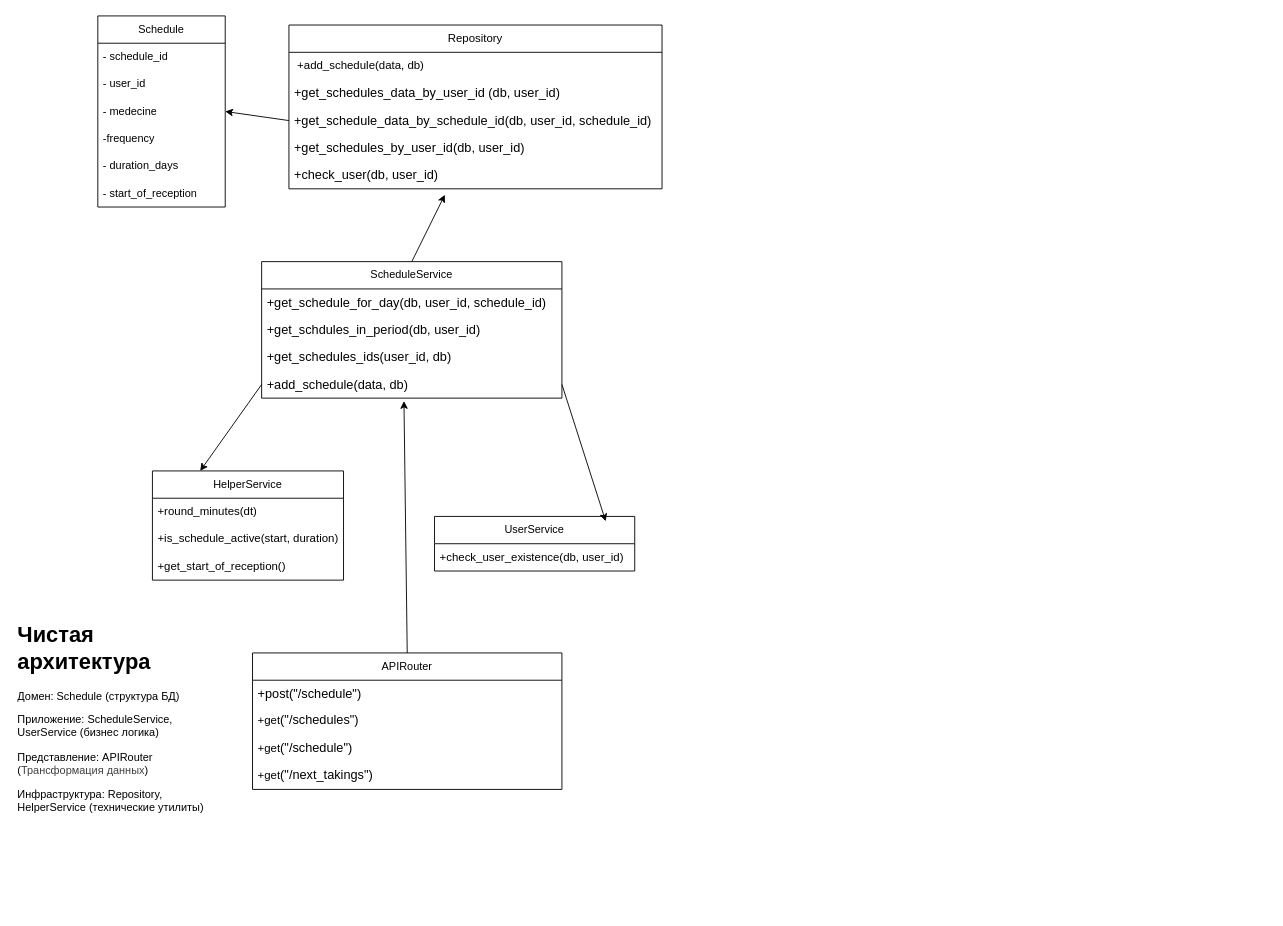
Above: diagrams/class_diagram.drawio in polinaboevaa/python-mobile-app (draw.io), before the change. Source tidied: cells renumbered, new cells numbered last; positions are measured from the earlier drawing's top-left corner, leaving out a move shared by most shapes. Both pictures are drawn from the tidied source at 91%, with x=0, y=0 at pixel (15, 15).
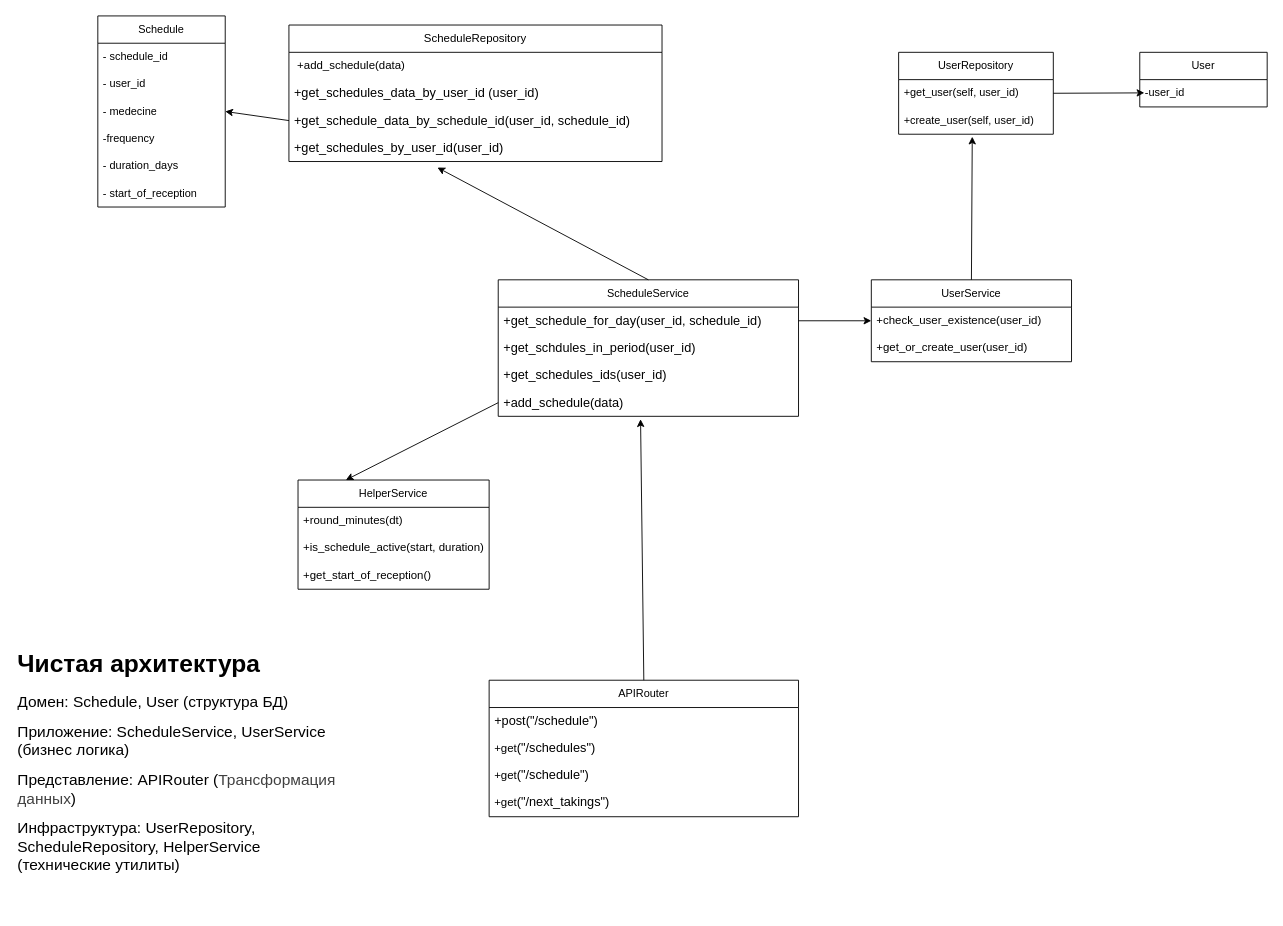
The same diagram, later.

Commit message (it also covers changes not shown here):
рефакторинг кода, добавлена отдельная таблица для юзера, поправлены диаграммы

Change to the diagram source:
```diff
@@
     <mxCell id="9" value="ScheduleService" style="swimlane;fontStyle=0;horizontal=1;startSize=30;whiteSpace=wrap;html=1;" parent="1" vertex="1">
-      <mxGeometry x="270" y="270" width="330" height="150" as="geometry" />
+      <mxGeometry x="530" y="290" width="330" height="150" as="geometry" />
     </mxCell>
-    <mxCell id="10" value="&lt;div style=&quot;font-size: 14px; line-height: 19px; white-space: pre;&quot;&gt;&lt;font face=&quot;Helvetica&quot; style=&quot;color: rgb(0, 0, 0);&quot;&gt;+get_schedule_for_day(db, user_id, schedule_id)&lt;/font&gt;&lt;/div&gt;" style="text;strokeColor=none;fillColor=none;align=left;verticalAlign=middle;spacingLeft=4;spacingRight=4;overflow=hidden;points=[[0,0.5],[1,0.5]];portConstraint=eastwest;whiteSpace=wrap;html=1;" parent="9" vertex="1">
+    <mxCell id="10" value="&lt;div style=&quot;font-size: 14px; line-height: 19px; white-space: pre;&quot;&gt;&lt;font face=&quot;Helvetica&quot; style=&quot;color: rgb(0, 0, 0);&quot;&gt;+get_schedule_for_day(user_id, schedule_id)&lt;/font&gt;&lt;/div&gt;" style="text;strokeColor=none;fillColor=none;align=left;verticalAlign=middle;spacingLeft=4;spacingRight=4;overflow=hidden;points=[[0,0.5],[1,0.5]];portConstraint=eastwest;whiteSpace=wrap;html=1;" parent="9" vertex="1">
       <mxGeometry y="30" width="330" height="30" as="geometry" />
     </mxCell>
-    <mxCell id="11" value="&lt;div style=&quot;font-size: 14px; line-height: 19px; white-space: pre;&quot;&gt;&lt;font face=&quot;Helvetica&quot; style=&quot;color: rgb(0, 0, 0);&quot;&gt;+get_schdules_in_period(db, user_id)&lt;/font&gt;&lt;/div&gt;" style="text;strokeColor=none;fillColor=none;align=left;verticalAlign=middle;spacingLeft=4;spacingRight=4;overflow=hidden;whiteSpace=wrap;html=1;" parent="9" vertex="1">
+    <mxCell id="11" value="&lt;div style=&quot;font-size: 14px; line-height: 19px; white-space: pre;&quot;&gt;&lt;font face=&quot;Helvetica&quot; style=&quot;color: rgb(0, 0, 0);&quot;&gt;+get_schdules_in_period(user_id)&lt;/font&gt;&lt;/div&gt;" style="text;strokeColor=none;fillColor=none;align=left;verticalAlign=middle;spacingLeft=4;spacingRight=4;overflow=hidden;whiteSpace=wrap;html=1;" parent="9" vertex="1">
       <mxGeometry y="60" width="330" height="30" as="geometry" />
     </mxCell>
-    <mxCell id="12" value="&lt;div style=&quot;font-size: 14px; line-height: 19px; white-space: pre;&quot;&gt;&lt;font face=&quot;Helvetica&quot; style=&quot;color: rgb(0, 0, 0);&quot;&gt;+get_schedules_ids(user_id, db)&lt;/font&gt;&lt;/div&gt;" style="text;strokeColor=none;fillColor=none;align=left;verticalAlign=middle;spacingLeft=4;spacingRight=4;overflow=hidden;whiteSpace=wrap;html=1;" parent="9" vertex="1">
+    <mxCell id="12" value="&lt;div style=&quot;font-size: 14px; line-height: 19px; white-space: pre;&quot;&gt;&lt;font face=&quot;Helvetica&quot; style=&quot;color: rgb(0, 0, 0);&quot;&gt;+get_schedules_ids(user_id)&lt;/font&gt;&lt;/div&gt;" style="text;strokeColor=none;fillColor=none;align=left;verticalAlign=middle;spacingLeft=4;spacingRight=4;overflow=hidden;whiteSpace=wrap;html=1;" parent="9" vertex="1">
       <mxGeometry y="90" width="330" height="30" as="geometry" />
     </mxCell>
-    <mxCell id="13" value="&lt;div style=&quot;font-size: 14px; line-height: 19px; white-space: pre;&quot;&gt;&lt;div style=&quot;line-height: 19px;&quot;&gt;&lt;font face=&quot;Helvetica&quot; style=&quot;color: rgb(0, 0, 0);&quot;&gt;+add_schedule(data, db)&lt;/font&gt;&lt;/div&gt;&lt;/div&gt;" style="text;strokeColor=none;fillColor=none;align=left;verticalAlign=middle;spacingLeft=4;spacingRight=4;overflow=hidden;points=[[0,0.5],[1,0.5]];portConstraint=eastwest;whiteSpace=wrap;html=1;" parent="9" vertex="1">
+    <mxCell id="13" value="&lt;div style=&quot;font-size: 14px; line-height: 19px; white-space: pre;&quot;&gt;&lt;div style=&quot;line-height: 19px;&quot;&gt;&lt;font face=&quot;Helvetica&quot; style=&quot;color: rgb(0, 0, 0);&quot;&gt;+add_schedule(data)&lt;/font&gt;&lt;/div&gt;&lt;/div&gt;" style="text;strokeColor=none;fillColor=none;align=left;verticalAlign=middle;spacingLeft=4;spacingRight=4;overflow=hidden;points=[[0,0.5],[1,0.5]];portConstraint=eastwest;whiteSpace=wrap;html=1;" parent="9" vertex="1">
       <mxGeometry y="120" width="330" height="30" as="geometry" />
     </mxCell>
-    <mxCell id="14" value="&lt;pre style=&quot;font-family: var(--ds-font-family-code); overflow: auto; padding: calc(var(--ds-md-zoom)*8px)calc(var(--ds-md-zoom)*12px); text-wrap-mode: wrap; word-break: break-all; font-size: 12.573px; text-align: start; margin-top: 0px !important; margin-bottom: 0px !important;&quot;&gt;&lt;font color=&quot;#000000&quot;&gt;Repository&lt;/font&gt;&lt;/pre&gt;" style="swimlane;fontStyle=0;horizontal=1;startSize=30;whiteSpace=wrap;html=1;" parent="1" vertex="1">
-      <mxGeometry x="300" y="10" width="410" height="180" as="geometry" />
+    <mxCell id="14" value="&lt;pre style=&quot;font-family: var(--ds-font-family-code); overflow: auto; padding: calc(var(--ds-md-zoom)*8px)calc(var(--ds-md-zoom)*12px); text-wrap-mode: wrap; word-break: break-all; font-size: 12.573px; text-align: start; margin-top: 0px !important; margin-bottom: 0px !important;&quot;&gt;&lt;font color=&quot;#000000&quot;&gt;Schedule&lt;/font&gt;Repository&lt;/pre&gt;" style="swimlane;fontStyle=0;horizontal=1;startSize=30;whiteSpace=wrap;html=1;" parent="1" vertex="1">
+      <mxGeometry x="300" y="10" width="410" height="150" as="geometry" />
     </mxCell>
-    <mxCell id="15" value="&lt;pre style=&quot;font-family: var(--ds-font-family-code); overflow: auto; padding: calc(var(--ds-md-zoom)*8px)calc(var(--ds-md-zoom)*12px); text-wrap-mode: wrap; word-break: break-all; font-size: 12.573px; margin-top: 0px !important; margin-bottom: 0px !important;&quot;&gt;&lt;font style=&quot;color: rgb(0, 0, 0);&quot;&gt; +add_schedule(data, db)&lt;/font&gt;&lt;/pre&gt;" style="text;strokeColor=none;fillColor=none;align=left;verticalAlign=middle;spacingLeft=4;spacingRight=4;overflow=hidden;whiteSpace=wrap;html=1;" parent="14" vertex="1">
+    <mxCell id="15" value="&lt;pre style=&quot;font-family: var(--ds-font-family-code); overflow: auto; padding: calc(var(--ds-md-zoom)*8px)calc(var(--ds-md-zoom)*12px); text-wrap-mode: wrap; word-break: break-all; font-size: 12.573px; margin-top: 0px !important; margin-bottom: 0px !important;&quot;&gt;&lt;font style=&quot;color: rgb(0, 0, 0);&quot;&gt; +add_schedule(data)&lt;/font&gt;&lt;/pre&gt;" style="text;strokeColor=none;fillColor=none;align=left;verticalAlign=middle;spacingLeft=4;spacingRight=4;overflow=hidden;whiteSpace=wrap;html=1;" parent="14" vertex="1">
       <mxGeometry y="30" width="410" height="30" as="geometry" />
     </mxCell>
-    <mxCell id="16" value="&lt;pre style=&quot;overflow: auto; padding: calc(var(--ds-md-zoom)*8px)calc(var(--ds-md-zoom)*12px); text-wrap-mode: wrap; word-break: break-all; font-size: 12.573px; margin-top: 0px !important; margin-bottom: 0px !important;&quot;&gt;&lt;div style=&quot;font-size: 14px; line-height: 19px; text-wrap-mode: nowrap;&quot;&gt;&lt;span&gt;&lt;font style=&quot;color: rgb(0, 0, 0);&quot; face=&quot;Helvetica&quot;&gt;+get_schedules_data_by_user_id (db, user_id)&lt;/font&gt;&lt;/span&gt;&lt;/div&gt;&lt;/pre&gt;" style="text;strokeColor=none;fillColor=none;align=left;verticalAlign=middle;spacingLeft=4;spacingRight=4;overflow=hidden;whiteSpace=wrap;html=1;" parent="14" vertex="1">
+    <mxCell id="16" value="&lt;pre style=&quot;overflow: auto; padding: calc(var(--ds-md-zoom)*8px)calc(var(--ds-md-zoom)*12px); text-wrap-mode: wrap; word-break: break-all; font-size: 12.573px; margin-top: 0px !important; margin-bottom: 0px !important;&quot;&gt;&lt;div style=&quot;font-size: 14px; line-height: 19px; text-wrap-mode: nowrap;&quot;&gt;&lt;span&gt;&lt;font style=&quot;color: rgb(0, 0, 0);&quot; face=&quot;Helvetica&quot;&gt;+get_schedules_data_by_user_id (user_id)&lt;/font&gt;&lt;/span&gt;&lt;/div&gt;&lt;/pre&gt;" style="text;strokeColor=none;fillColor=none;align=left;verticalAlign=middle;spacingLeft=4;spacingRight=4;overflow=hidden;whiteSpace=wrap;html=1;" parent="14" vertex="1">
       <mxGeometry y="60" width="410" height="30" as="geometry" />
     </mxCell>
-    <mxCell id="17" value="&lt;pre style=&quot;overflow: auto; padding: calc(var(--ds-md-zoom)*8px)calc(var(--ds-md-zoom)*12px); text-wrap-mode: wrap; word-break: break-all; font-size: 12.573px; margin-top: 0px !important; margin-bottom: 0px !important;&quot;&gt;&lt;div style=&quot;font-size: 14px; line-height: 19px; text-wrap-mode: nowrap;&quot;&gt;&lt;font style=&quot;color: rgb(0, 0, 0);&quot; face=&quot;Helvetica&quot;&gt;&lt;span&gt;+get_schedule_data_by_schedule_id&lt;/span&gt;&lt;span&gt;(&lt;/span&gt;&lt;span&gt;db&lt;/span&gt;&lt;span&gt;, &lt;/span&gt;&lt;span&gt;user_id&lt;/span&gt;&lt;span&gt;, &lt;/span&gt;&lt;span&gt;schedule_id&lt;/span&gt;&lt;span&gt;)&lt;/span&gt;&lt;/font&gt;&lt;/div&gt;&lt;/pre&gt;" style="text;strokeColor=none;fillColor=none;align=left;verticalAlign=middle;spacingLeft=4;spacingRight=4;overflow=hidden;points=[[0,0.5],[1,0.5]];portConstraint=eastwest;whiteSpace=wrap;html=1;" parent="14" vertex="1">
+    <mxCell id="17" value="&lt;pre style=&quot;overflow: auto; padding: calc(var(--ds-md-zoom)*8px)calc(var(--ds-md-zoom)*12px); text-wrap-mode: wrap; word-break: break-all; font-size: 12.573px; margin-top: 0px !important; margin-bottom: 0px !important;&quot;&gt;&lt;div style=&quot;font-size: 14px; line-height: 19px; text-wrap-mode: nowrap;&quot;&gt;&lt;font style=&quot;color: rgb(0, 0, 0);&quot; face=&quot;Helvetica&quot;&gt;&lt;span&gt;+get_schedule_data_by_schedule_id&lt;/span&gt;&lt;span&gt;(&lt;/span&gt;&lt;span&gt;user_id&lt;/span&gt;&lt;span&gt;, &lt;/span&gt;&lt;span&gt;schedule_id&lt;/span&gt;&lt;span&gt;)&lt;/span&gt;&lt;/font&gt;&lt;/div&gt;&lt;/pre&gt;" style="text;strokeColor=none;fillColor=none;align=left;verticalAlign=middle;spacingLeft=4;spacingRight=4;overflow=hidden;points=[[0,0.5],[1,0.5]];portConstraint=eastwest;whiteSpace=wrap;html=1;" parent="14" vertex="1">
       <mxGeometry y="90" width="410" height="30" as="geometry" />
     </mxCell>
-    <mxCell id="18" value="&lt;pre style=&quot;overflow: auto; padding: calc(var(--ds-md-zoom)*8px)calc(var(--ds-md-zoom)*12px); text-wrap-mode: wrap; word-break: break-all; font-size: 12.573px; margin-top: 0px !important; margin-bottom: 0px !important;&quot;&gt;&lt;pre style=&quot;overflow: auto; padding: calc(var(--ds-md-zoom)*8px)calc(var(--ds-md-zoom)*12px); text-wrap-mode: wrap; word-break: break-all; margin-top: 0px !important; margin-bottom: 0px !important;&quot;&gt;&lt;div style=&quot;font-size: 14px; line-height: 19px; text-wrap-mode: nowrap;&quot;&gt;&lt;font style=&quot;color: rgb(0, 0, 0);&quot; face=&quot;Helvetica&quot;&gt;&lt;span&gt;+get_schedules_by_user_id&lt;/span&gt;&lt;span&gt;(&lt;/span&gt;&lt;span&gt;db&lt;/span&gt;&lt;span&gt;, &lt;/span&gt;&lt;span&gt;user_id&lt;/span&gt;&lt;span&gt;)&lt;/span&gt;&lt;/font&gt;&lt;/div&gt;&lt;/pre&gt;&lt;/pre&gt;" style="text;strokeColor=none;fillColor=none;align=left;verticalAlign=middle;spacingLeft=4;spacingRight=4;overflow=hidden;points=[[0,0.5],[1,0.5]];portConstraint=eastwest;whiteSpace=wrap;html=1;" parent="14" vertex="1">
+    <mxCell id="18" value="&lt;pre style=&quot;overflow: auto; padding: calc(var(--ds-md-zoom)*8px)calc(var(--ds-md-zoom)*12px); text-wrap-mode: wrap; word-break: break-all; font-size: 12.573px; margin-top: 0px !important; margin-bottom: 0px !important;&quot;&gt;&lt;pre style=&quot;overflow: auto; padding: calc(var(--ds-md-zoom)*8px)calc(var(--ds-md-zoom)*12px); text-wrap-mode: wrap; word-break: break-all; margin-top: 0px !important; margin-bottom: 0px !important;&quot;&gt;&lt;div style=&quot;font-size: 14px; line-height: 19px; text-wrap-mode: nowrap;&quot;&gt;&lt;font style=&quot;color: rgb(0, 0, 0);&quot; face=&quot;Helvetica&quot;&gt;&lt;span&gt;+get_schedules_by_user_id&lt;/span&gt;&lt;span&gt;(&lt;/span&gt;&lt;span&gt;user_id&lt;/span&gt;&lt;span&gt;)&lt;/span&gt;&lt;/font&gt;&lt;/div&gt;&lt;/pre&gt;&lt;/pre&gt;" style="text;strokeColor=none;fillColor=none;align=left;verticalAlign=middle;spacingLeft=4;spacingRight=4;overflow=hidden;points=[[0,0.5],[1,0.5]];portConstraint=eastwest;whiteSpace=wrap;html=1;" parent="14" vertex="1">
       <mxGeometry y="120" width="410" height="30" as="geometry" />
     </mxCell>
-    <mxCell id="19" value="&lt;pre style=&quot;overflow: auto; padding: calc(var(--ds-md-zoom)*8px)calc(var(--ds-md-zoom)*12px); text-wrap-mode: wrap; word-break: break-all; font-size: 12.573px; margin-top: 0px !important; margin-bottom: 0px !important;&quot;&gt;&lt;pre style=&quot;overflow: auto; padding: calc(var(--ds-md-zoom)*8px)calc(var(--ds-md-zoom)*12px); text-wrap-mode: wrap; word-break: break-all; margin-top: 0px !important; margin-bottom: 0px !important;&quot;&gt;&lt;div style=&quot;font-size: 14px; line-height: 19px; text-wrap-mode: nowrap;&quot;&gt;&lt;font style=&quot;color: rgb(0, 0, 0);&quot; face=&quot;Helvetica&quot;&gt;+&lt;span style=&quot;white-space-collapse: collapse;&quot;&gt;check_user&lt;/span&gt;&lt;span style=&quot;white-space-collapse: collapse;&quot;&gt;(&lt;/span&gt;&lt;span style=&quot;white-space-collapse: collapse;&quot;&gt;db&lt;/span&gt;&lt;span style=&quot;white-space-collapse: collapse;&quot;&gt;, &lt;/span&gt;&lt;span style=&quot;white-space-collapse: collapse;&quot;&gt;user_id&lt;/span&gt;&lt;span style=&quot;white-space-collapse: collapse;&quot;&gt;)&lt;/span&gt;&lt;/font&gt;&lt;/div&gt;&lt;/pre&gt;&lt;/pre&gt;" style="text;strokeColor=none;fillColor=none;align=left;verticalAlign=middle;spacingLeft=4;spacingRight=4;overflow=hidden;points=[[0,0.5],[1,0.5]];portConstraint=eastwest;whiteSpace=wrap;html=1;" parent="14" vertex="1">
-      <mxGeometry y="150" width="410" height="30" as="geometry" />
-    </mxCell>
     <mxCell id="20" value="HelperService" style="swimlane;fontStyle=0;horizontal=1;startSize=30;whiteSpace=wrap;html=1;" parent="1" vertex="1">
-      <mxGeometry x="150" y="500" width="210" height="120" as="geometry" />
+      <mxGeometry x="310" y="510" width="210" height="120" as="geometry" />
     </mxCell>
@@
     <mxCell id="24" value="UserService" style="swimlane;fontStyle=0;horizontal=1;startSize=30;whiteSpace=wrap;html=1;" parent="1" vertex="1">
-      <mxGeometry x="460" y="550" width="220" height="60" as="geometry" />
+      <mxGeometry x="940" y="290" width="220" height="90" as="geometry" />
     </mxCell>
-    <mxCell id="25" value="&lt;pre style=&quot;font-family: var(--ds-font-family-code); overflow: auto; padding: calc(var(--ds-md-zoom)*8px)calc(var(--ds-md-zoom)*12px); text-wrap-mode: wrap; word-break: break-all; font-size: 12.573px; margin-top: 0px !important; margin-bottom: 0px !important;&quot;&gt;&lt;font style=&quot;color: rgb(0, 0, 0);&quot;&gt;+check_user_existence(db, user_id)&lt;/font&gt;&lt;/pre&gt;" style="text;strokeColor=none;fillColor=none;align=left;verticalAlign=middle;spacingLeft=4;spacingRight=4;overflow=hidden;points=[[0,0.5],[1,0.5]];portConstraint=eastwest;whiteSpace=wrap;html=1;" parent="24" vertex="1">
+    <mxCell id="25" value="&lt;pre style=&quot;font-family: var(--ds-font-family-code); overflow: auto; padding: calc(var(--ds-md-zoom)*8px)calc(var(--ds-md-zoom)*12px); text-wrap-mode: wrap; word-break: break-all; font-size: 12.573px; margin-top: 0px !important; margin-bottom: 0px !important;&quot;&gt;&lt;font style=&quot;color: rgb(0, 0, 0);&quot;&gt;+check_user_existence(user_id)&lt;/font&gt;&lt;/pre&gt;" style="text;strokeColor=none;fillColor=none;align=left;verticalAlign=middle;spacingLeft=4;spacingRight=4;overflow=hidden;points=[[0,0.5],[1,0.5]];portConstraint=eastwest;whiteSpace=wrap;html=1;" parent="24" vertex="1">
       <mxGeometry y="30" width="220" height="30" as="geometry" />
     </mxCell>
+    <mxCell id="37" value="&lt;pre style=&quot;font-family: var(--ds-font-family-code); overflow: auto; padding: calc(var(--ds-md-zoom)*8px)calc(var(--ds-md-zoom)*12px); text-wrap-mode: wrap; word-break: break-all; font-size: 12.573px; margin-top: 0px !important; margin-bottom: 0px !important;&quot;&gt;&lt;font style=&quot;color: rgb(0, 0, 0);&quot;&gt;+get_or_create_user(user_id)&lt;/font&gt;&lt;/pre&gt;" style="text;strokeColor=none;fillColor=none;align=left;verticalAlign=middle;spacingLeft=4;spacingRight=4;overflow=hidden;whiteSpace=wrap;html=1;" parent="24" vertex="1">
+      <mxGeometry y="60" width="220" height="30" as="geometry" />
+    </mxCell>
     <mxCell id="26" value="APIRouter" style="swimlane;fontStyle=0;horizontal=1;startSize=30;whiteSpace=wrap;html=1;" parent="1" vertex="1">
-      <mxGeometry x="260" y="700" width="340" height="150" as="geometry" />
+      <mxGeometry x="520" y="730" width="340" height="150" as="geometry" />
     </mxCell>
@@
-    <mxCell id="32" style="edgeStyle=none;html=1;exitX=0.5;exitY=0;exitDx=0;exitDy=0;entryX=0.418;entryY=1.218;entryDx=0;entryDy=0;entryPerimeter=0;" parent="1" edge="1" source="9" target="19">
+    <mxCell id="32" style="edgeStyle=none;html=1;exitX=0.5;exitY=0;exitDx=0;exitDy=0;entryX=0.398;entryY=1.22;entryDx=0;entryDy=0;entryPerimeter=0;" parent="1" edge="1" source="9" target="18">
       <mxGeometry relative="1" as="geometry" />
     </mxCell>
@@
-    <mxCell id="34" style="edgeStyle=none;html=1;exitX=1;exitY=0.5;exitDx=0;exitDy=0;entryX=0.855;entryY=0.089;entryDx=0;entryDy=0;entryPerimeter=0;" parent="1" edge="1" source="13" target="24">
-      <mxGeometry relative="1" as="geometry" />
-    </mxCell>
@@
-    <mxCell id="36" value="&lt;h1 style=&quot;margin-top: 0px;&quot;&gt;Чистая архитектура&lt;/h1&gt;&lt;p&gt;Домен: Schedule (структура БД)&lt;/p&gt;&lt;p&gt;Приложение: ScheduleService, UserService (бизнес логика)&lt;/p&gt;&lt;p&gt;Представление: APIRouter &lt;font face=&quot;Helvetica&quot;&gt;(&lt;span style=&quot;color: rgb(64, 64, 64); background-color: transparent;&quot;&gt;Трансформация данных&lt;/span&gt;&lt;span style=&quot;background-color: transparent;&quot;&gt;)&lt;/span&gt;&lt;/font&gt;&lt;/p&gt;&lt;p&gt;Инфраструктура: Repository, HelperService (технические утилиты)&lt;/p&gt;&lt;p&gt;&amp;nbsp;&lt;/p&gt;" style="text;html=1;whiteSpace=wrap;overflow=hidden;rounded=0;" parent="1" vertex="1">
-      <mxGeometry y="660" width="210" height="320" as="geometry" />
+    <mxCell id="36" value="&lt;h1 style=&quot;margin-top: 0px;&quot;&gt;&lt;font style=&quot;font-size: 27px;&quot;&gt;Чистая архитектура&lt;/font&gt;&lt;/h1&gt;&lt;p&gt;&lt;font style=&quot;font-size: 17px;&quot;&gt;Домен: Schedule, User (структура БД)&lt;/font&gt;&lt;/p&gt;&lt;p&gt;&lt;font style=&quot;font-size: 17px;&quot;&gt;Приложение: ScheduleService, UserService (бизнес логика)&lt;/font&gt;&lt;/p&gt;&lt;p&gt;&lt;font style=&quot;font-size: 17px;&quot;&gt;Представление: APIRouter &lt;font face=&quot;Helvetica&quot;&gt;(&lt;span style=&quot;color: rgb(64, 64, 64); background-color: transparent;&quot;&gt;Трансформация данных&lt;/span&gt;&lt;span style=&quot;background-color: transparent;&quot;&gt;)&lt;/span&gt;&lt;/font&gt;&lt;/font&gt;&lt;/p&gt;&lt;p&gt;&lt;font style=&quot;font-size: 17px;&quot;&gt;Инфраструктура: UserRepository, ScheduleRepository, HelperService (технические утилиты)&lt;/font&gt;&lt;/p&gt;&lt;p&gt;&lt;font style=&quot;font-size: 17px;&quot;&gt;&amp;nbsp;&lt;/font&gt;&lt;/p&gt;" style="text;html=1;whiteSpace=wrap;overflow=hidden;rounded=0;" parent="1" vertex="1">
+      <mxGeometry y="690" width="360" height="290" as="geometry" />
     </mxCell>
+    <mxCell id="38" style="edgeStyle=none;html=1;exitX=1;exitY=0.5;exitDx=0;exitDy=0;entryX=0;entryY=0.5;entryDx=0;entryDy=0;" parent="1" edge="1" source="10" target="25">
+      <mxGeometry relative="1" as="geometry" />
+    </mxCell>
+    <mxCell id="39" value="UserRepository" style="swimlane;fontStyle=0;horizontal=1;startSize=30;whiteSpace=wrap;html=1;" parent="1" vertex="1">
+      <mxGeometry x="970" y="40" width="170" height="90" as="geometry" />
+    </mxCell>
+    <mxCell id="40" value="+get_user(self, user_id)" style="text;strokeColor=none;fillColor=none;align=left;verticalAlign=middle;spacingLeft=4;spacingRight=4;overflow=hidden;points=[[0,0.5],[1,0.5]];portConstraint=eastwest;whiteSpace=wrap;html=1;" parent="39" vertex="1">
+      <mxGeometry y="30" width="170" height="30" as="geometry" />
+    </mxCell>
+    <mxCell id="41" value="+create_user(self, user_id)" style="text;strokeColor=none;fillColor=none;align=left;verticalAlign=middle;spacingLeft=4;spacingRight=4;overflow=hidden;points=[[0,0.5],[1,0.5]];portConstraint=eastwest;whiteSpace=wrap;html=1;" parent="39" vertex="1">
+      <mxGeometry y="60" width="170" height="30" as="geometry" />
+    </mxCell>
+    <mxCell id="42" style="edgeStyle=none;html=1;exitX=0.5;exitY=0;exitDx=0;exitDy=0;entryX=0.476;entryY=1.09;entryDx=0;entryDy=0;entryPerimeter=0;" parent="1" edge="1" source="24" target="41">
+      <mxGeometry relative="1" as="geometry" />
+    </mxCell>
+    <mxCell id="43" value="User" style="swimlane;fontStyle=0;horizontal=1;startSize=30;whiteSpace=wrap;html=1;" parent="1" vertex="1">
+      <mxGeometry x="1235" y="40" width="140" height="60" as="geometry" />
+    </mxCell>
+    <mxCell id="44" value="-user_id" style="text;strokeColor=none;fillColor=none;align=left;verticalAlign=middle;spacingLeft=4;spacingRight=4;overflow=hidden;points=[[0,0.5],[1,0.5]];portConstraint=eastwest;whiteSpace=wrap;html=1;" parent="43" vertex="1">
+      <mxGeometry y="30" width="140" height="30" as="geometry" />
+    </mxCell>
+    <mxCell id="45" style="edgeStyle=none;html=1;exitX=1;exitY=0.5;exitDx=0;exitDy=0;entryX=0.036;entryY=0.485;entryDx=0;entryDy=0;entryPerimeter=0;" parent="1" edge="1" source="40" target="44">
+      <mxGeometry relative="1" as="geometry" />
+    </mxCell>
```
